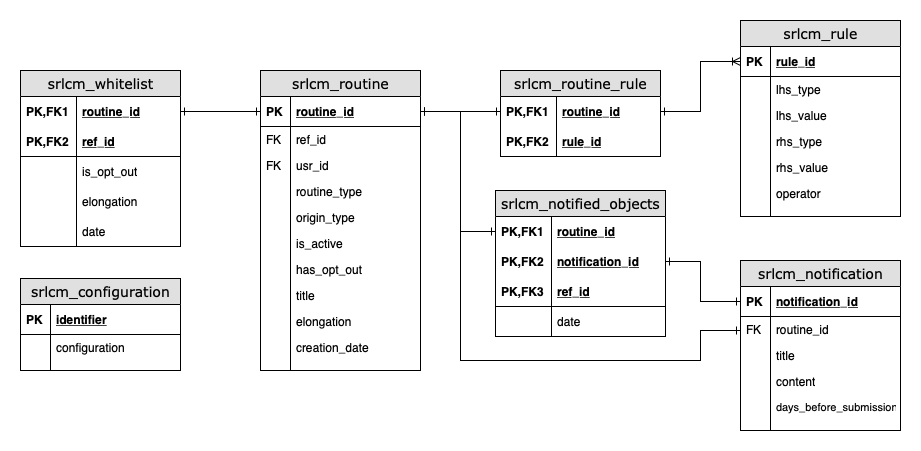
srsolutionsag/SrLifeCycleManager keeps this draw.io diagram as docs/ERD.drawio.png. Above is the earlier version. Source tidied: cells renumbered, new cells last; positions are measured from the earlier drawing's top-left corner, leaving out a move shared by most shapes.
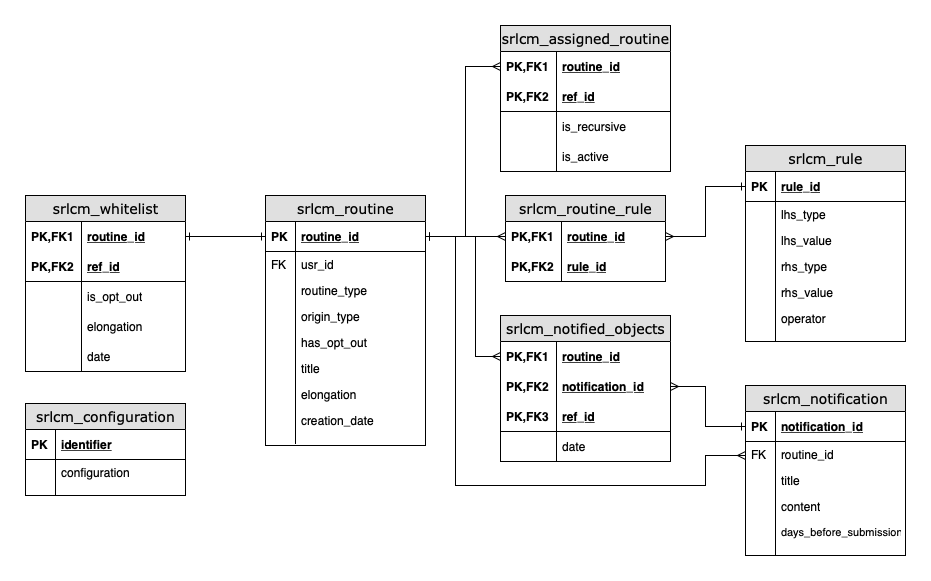
The same file after the commit.

The edit, as a diff of the source:
```diff
@@ -3,7 +3,7 @@
     <mxCell id="0" />
     <mxCell id="1" parent="0" />
     <mxCell id="2" value="srlcm_routine" style="swimlane;html=1;fontStyle=0;horizontal=1;startSize=26;fillColor=#e0e0e0;swimlaneFillColor=#ffffff;align=center;rounded=0;shadow=0;comic=0;labelBackgroundColor=none;strokeWidth=1;fontFamily=Verdana;fontSize=14;" parent="1" vertex="1">
-      <mxGeometry x="240" y="50" width="160" height="300" as="geometry" />
+      <mxGeometry x="240" y="50" width="160" height="250" as="geometry" />
     </mxCell>
     <mxCell id="3" value="routine_id" style="shape=partialRectangle;top=0;left=0;right=0;bottom=1;html=1;align=left;verticalAlign=middle;fillColor=none;spacingLeft=34;spacingRight=4;whiteSpace=wrap;overflow=hidden;points=[[0,0.5],[1,0.5]];portConstraint=eastwest;fontStyle=5;" parent="2" vertex="1">
       <mxGeometry y="26" width="160" height="30" as="geometry" />
@@ -11,62 +11,50 @@
     <mxCell id="4" value="&lt;b&gt;PK&lt;/b&gt;" style="shape=partialRectangle;top=0;left=0;bottom=0;html=1;fillColor=none;align=left;verticalAlign=middle;spacingLeft=4;spacingRight=4;whiteSpace=wrap;overflow=hidden;" parent="3" vertex="1">
       <mxGeometry width="30" height="30" as="geometry" />
     </mxCell>
-    <mxCell id="5" value="ref_id" style="shape=partialRectangle;top=0;left=0;right=0;bottom=0;html=1;align=left;verticalAlign=top;fillColor=none;spacingLeft=34;spacingRight=4;whiteSpace=wrap;overflow=hidden;" parent="2" vertex="1">
-      <mxGeometry y="56" width="160" height="26" as="geometry" />
-    </mxCell>
-    <mxCell id="6" value="FK" style="shape=partialRectangle;top=0;left=0;bottom=0;html=1;fillColor=none;align=left;verticalAlign=top;spacingLeft=4;spacingRight=4;whiteSpace=wrap;overflow=hidden;" parent="5" vertex="1">
-      <mxGeometry width="30" height="26" as="geometry" />
-    </mxCell>
     <mxCell id="7" value="usr_id" style="shape=partialRectangle;top=0;left=0;right=0;bottom=0;html=1;align=left;verticalAlign=top;fillColor=none;spacingLeft=34;spacingRight=4;whiteSpace=wrap;overflow=hidden;" parent="2" vertex="1">
-      <mxGeometry y="82" width="160" height="26" as="geometry" />
+      <mxGeometry y="56" width="160" height="26" as="geometry" />
     </mxCell>
     <mxCell id="8" value="FK" style="shape=partialRectangle;top=0;left=0;bottom=0;html=1;fillColor=none;align=left;verticalAlign=top;spacingLeft=4;spacingRight=4;whiteSpace=wrap;overflow=hidden;" parent="7" vertex="1">
       <mxGeometry width="30" height="26" as="geometry" />
     </mxCell>
     <mxCell id="9" value="routine_type" style="shape=partialRectangle;top=0;left=0;right=0;bottom=0;html=1;align=left;verticalAlign=top;fillColor=none;spacingLeft=34;spacingRight=4;whiteSpace=wrap;overflow=hidden;" parent="2" vertex="1">
-      <mxGeometry y="108" width="160" height="26" as="geometry" />
+      <mxGeometry y="82" width="160" height="26" as="geometry" />
     </mxCell>
     <mxCell id="10" style="shape=partialRectangle;top=0;left=0;bottom=0;html=1;fillColor=none;align=left;verticalAlign=top;spacingLeft=4;spacingRight=4;whiteSpace=wrap;overflow=hidden;" parent="9" vertex="1">
       <mxGeometry width="30" height="26" as="geometry" />
     </mxCell>
     <mxCell id="11" value="origin_type" style="shape=partialRectangle;top=0;left=0;right=0;bottom=0;html=1;align=left;verticalAlign=top;fillColor=none;spacingLeft=34;spacingRight=4;whiteSpace=wrap;overflow=hidden;" parent="2" vertex="1">
-      <mxGeometry y="134" width="160" height="26" as="geometry" />
+      <mxGeometry y="108" width="160" height="26" as="geometry" />
     </mxCell>
     <mxCell id="12" style="shape=partialRectangle;top=0;left=0;bottom=0;html=1;fillColor=none;align=left;verticalAlign=top;spacingLeft=4;spacingRight=4;whiteSpace=wrap;overflow=hidden;" parent="11" vertex="1">
       <mxGeometry width="30" height="26" as="geometry" />
     </mxCell>
-    <mxCell id="13" value="is_active" style="shape=partialRectangle;top=0;left=0;right=0;bottom=0;html=1;align=left;verticalAlign=top;fillColor=none;spacingLeft=34;spacingRight=4;whiteSpace=wrap;overflow=hidden;" parent="2" vertex="1">
-      <mxGeometry y="160" width="160" height="26" as="geometry" />
-    </mxCell>
-    <mxCell id="14" style="shape=partialRectangle;top=0;left=0;bottom=0;html=1;fillColor=none;align=left;verticalAlign=top;spacingLeft=4;spacingRight=4;whiteSpace=wrap;overflow=hidden;" parent="13" vertex="1">
-      <mxGeometry width="30" height="26" as="geometry" />
-    </mxCell>
     <mxCell id="15" value="has_opt_out" style="shape=partialRectangle;top=0;left=0;right=0;bottom=0;html=1;align=left;verticalAlign=top;fillColor=none;spacingLeft=34;spacingRight=4;whiteSpace=wrap;overflow=hidden;" parent="2" vertex="1">
-      <mxGeometry y="186" width="160" height="26" as="geometry" />
+      <mxGeometry y="134" width="160" height="26" as="geometry" />
     </mxCell>
     <mxCell id="16" style="shape=partialRectangle;top=0;left=0;bottom=0;html=1;fillColor=none;align=left;verticalAlign=top;spacingLeft=4;spacingRight=4;whiteSpace=wrap;overflow=hidden;" parent="15" vertex="1">
       <mxGeometry width="30" height="26" as="geometry" />
     </mxCell>
     <mxCell id="17" value="title" style="shape=partialRectangle;top=0;left=0;right=0;bottom=0;html=1;align=left;verticalAlign=top;fillColor=none;spacingLeft=34;spacingRight=4;whiteSpace=wrap;overflow=hidden;" parent="2" vertex="1">
-      <mxGeometry y="212" width="160" height="26" as="geometry" />
+      <mxGeometry y="160" width="160" height="26" as="geometry" />
     </mxCell>
     <mxCell id="18" style="shape=partialRectangle;top=0;left=0;bottom=0;html=1;fillColor=none;align=left;verticalAlign=top;spacingLeft=4;spacingRight=4;whiteSpace=wrap;overflow=hidden;" parent="17" vertex="1">
       <mxGeometry width="30" height="26" as="geometry" />
     </mxCell>
     <mxCell id="19" value="elongation" style="shape=partialRectangle;top=0;left=0;right=0;bottom=0;html=1;align=left;verticalAlign=top;fillColor=none;spacingLeft=34;spacingRight=4;whiteSpace=wrap;overflow=hidden;" parent="2" vertex="1">
-      <mxGeometry y="238" width="160" height="26" as="geometry" />
+      <mxGeometry y="186" width="160" height="26" as="geometry" />
     </mxCell>
     <mxCell id="20" style="shape=partialRectangle;top=0;left=0;bottom=0;html=1;fillColor=none;align=left;verticalAlign=top;spacingLeft=4;spacingRight=4;whiteSpace=wrap;overflow=hidden;" parent="19" vertex="1">
       <mxGeometry width="30" height="26" as="geometry" />
     </mxCell>
     <mxCell id="21" value="creation_date" style="shape=partialRectangle;top=0;left=0;right=0;bottom=0;html=1;align=left;verticalAlign=top;fillColor=none;spacingLeft=34;spacingRight=4;whiteSpace=wrap;overflow=hidden;" parent="2" vertex="1">
-      <mxGeometry y="264" width="160" height="26" as="geometry" />
+      <mxGeometry y="212" width="160" height="26" as="geometry" />
     </mxCell>
     <mxCell id="22" style="shape=partialRectangle;top=0;left=0;bottom=0;html=1;fillColor=none;align=left;verticalAlign=top;spacingLeft=4;spacingRight=4;whiteSpace=wrap;overflow=hidden;" parent="21" vertex="1">
       <mxGeometry width="30" height="26" as="geometry" />
     </mxCell>
     <mxCell id="23" style="shape=partialRectangle;top=0;left=0;right=0;bottom=0;html=1;align=left;verticalAlign=top;fillColor=none;spacingLeft=34;spacingRight=4;whiteSpace=wrap;overflow=hidden;" parent="2" vertex="1">
-      <mxGeometry y="290" width="160" height="10" as="geometry" />
+      <mxGeometry y="238" width="160" height="10" as="geometry" />
     </mxCell>
     <mxCell id="24" style="shape=partialRectangle;top=0;left=0;bottom=0;html=1;fillColor=none;align=left;verticalAlign=top;spacingLeft=4;spacingRight=4;whiteSpace=wrap;overflow=hidden;" parent="23" vertex="1">
       <mxGeometry width="30" height="10" as="geometry" />
@@ -131,10 +119,10 @@
     <mxCell id="44" value="PK,FK2" style="shape=partialRectangle;fontStyle=1;top=0;left=0;bottom=0;html=1;fillColor=none;align=left;verticalAlign=middle;spacingLeft=4;spacingRight=4;whiteSpace=wrap;overflow=hidden;" parent="43" vertex="1">
       <mxGeometry width="56" height="30" as="geometry" />
     </mxCell>
-    <mxCell id="45" style="edgeStyle=orthogonalEdgeStyle;rounded=0;jettySize=auto;html=1;exitX=1;exitY=0.5;exitDx=0;exitDy=0;entryX=0;entryY=0.5;entryDx=0;entryDy=0;startArrow=ERone;startFill=0;endArrow=ERone;endFill=0;" parent="1" edge="1" source="3" target="41">
+    <mxCell id="45" style="edgeStyle=orthogonalEdgeStyle;rounded=0;jettySize=auto;html=1;exitX=1;exitY=0.5;exitDx=0;exitDy=0;entryX=0;entryY=0.5;entryDx=0;entryDy=0;startArrow=ERone;startFill=0;endArrow=ERmany;endFill=0;" parent="1" edge="1" source="3" target="41">
       <mxGeometry relative="1" as="geometry" />
     </mxCell>
-    <mxCell id="46" style="edgeStyle=orthogonalEdgeStyle;rounded=0;jettySize=auto;html=1;exitX=1;exitY=0.5;exitDx=0;exitDy=0;entryX=0;entryY=0.5;entryDx=0;entryDy=0;startArrow=ERone;startFill=0;endArrow=ERoneToMany;endFill=0;" parent="1" edge="1" source="41" target="26">
+    <mxCell id="46" style="edgeStyle=orthogonalEdgeStyle;rounded=0;jettySize=auto;html=1;exitX=1;exitY=0.5;exitDx=0;exitDy=0;entryX=0;entryY=0.5;entryDx=0;entryDy=0;startArrow=ERmany;startFill=0;endArrow=ERone;endFill=0;" parent="1" edge="1" source="41" target="26">
       <mxGeometry relative="1" as="geometry" />
     </mxCell>
     <mxCell id="47" value="srlcm_notification" style="swimlane;html=1;fontStyle=0;horizontal=1;startSize=26;fillColor=#e0e0e0;swimlaneFillColor=#ffffff;align=center;rounded=0;shadow=0;comic=0;labelBackgroundColor=none;strokeWidth=1;fontFamily=Verdana;fontSize=14;swimlaneLine=1;" parent="1" vertex="1">
@@ -260,15 +248,15 @@
     <mxCell id="87" style="shape=partialRectangle;top=0;left=0;bottom=0;html=1;fillColor=none;align=left;verticalAlign=top;spacingLeft=4;spacingRight=4;whiteSpace=wrap;overflow=hidden;" parent="86" vertex="1">
       <mxGeometry width="30" height="10" as="geometry" />
     </mxCell>
-    <mxCell id="88" style="edgeStyle=orthogonalEdgeStyle;rounded=0;jettySize=auto;html=1;exitX=1;exitY=0.5;exitDx=0;exitDy=0;fontSize=11;startArrow=ERone;startFill=0;endArrow=ERone;endFill=0;" parent="1" edge="1" source="3" target="73">
+    <mxCell id="88" style="edgeStyle=orthogonalEdgeStyle;rounded=0;jettySize=auto;html=1;exitX=1;exitY=0.5;exitDx=0;exitDy=0;fontSize=11;startArrow=ERone;startFill=0;endArrow=ERmany;endFill=0;" parent="1" edge="1" source="3" target="73">
       <mxGeometry relative="1" as="geometry">
         <Array as="points">
-          <mxPoint x="440" y="91" />
-          <mxPoint x="440" y="211" />
+          <mxPoint x="450" y="91" />
+          <mxPoint x="450" y="211" />
         </Array>
       </mxGeometry>
     </mxCell>
-    <mxCell id="89" style="edgeStyle=orthogonalEdgeStyle;rounded=0;jettySize=auto;html=1;exitX=1;exitY=0.5;exitDx=0;exitDy=0;entryX=0;entryY=0.5;entryDx=0;entryDy=0;fontSize=11;startArrow=ERone;startFill=0;endArrow=ERone;endFill=0;" parent="1" edge="1" source="75" target="48">
+    <mxCell id="89" style="edgeStyle=orthogonalEdgeStyle;rounded=0;jettySize=auto;html=1;exitX=1;exitY=0.5;exitDx=0;exitDy=0;entryX=0;entryY=0.5;entryDx=0;entryDy=0;fontSize=11;startArrow=ERmany;startFill=0;endArrow=ERone;endFill=0;" parent="1" edge="1" source="75" target="48">
       <mxGeometry relative="1" as="geometry">
         <Array as="points">
           <mxPoint x="680" y="241" />
@@ -276,17 +264,52 @@
         </Array>
       </mxGeometry>
     </mxCell>
-    <mxCell id="90" style="edgeStyle=orthogonalEdgeStyle;rounded=0;orthogonalLoop=1;jettySize=auto;html=1;exitX=1;exitY=0.5;exitDx=0;exitDy=0;fontSize=11;startArrow=ERone;startFill=0;endArrow=ERone;endFill=0;entryX=0;entryY=0.5;entryDx=0;entryDy=0;" parent="1" edge="1">
+    <mxCell id="90" style="edgeStyle=orthogonalEdgeStyle;rounded=0;orthogonalLoop=1;jettySize=auto;html=1;exitX=1;exitY=0.5;exitDx=0;exitDy=0;fontSize=11;startArrow=ERone;startFill=0;endArrow=ERmany;endFill=0;entryX=0;entryY=0.5;entryDx=0;entryDy=0;" parent="1" edge="1">
       <mxGeometry relative="1" as="geometry">
         <mxPoint x="400" y="91" as="sourcePoint" />
         <mxPoint x="720" y="310" as="targetPoint" />
         <Array as="points">
-          <mxPoint x="440" y="91" />
-          <mxPoint x="440" y="340" />
+          <mxPoint x="430" y="91" />
+          <mxPoint x="430" y="340" />
           <mxPoint x="680" y="340" />
           <mxPoint x="680" y="310" />
         </Array>
       </mxGeometry>
     </mxCell>
+    <mxCell id="91" value="srlcm_assigned_routine" style="swimlane;html=1;fontStyle=0;horizontal=1;startSize=26;fillColor=#e0e0e0;swimlaneFillColor=#ffffff;align=center;rounded=0;shadow=0;comic=0;labelBackgroundColor=none;strokeWidth=1;fontFamily=Verdana;fontSize=14;" parent="1" vertex="1">
+      <mxGeometry x="475" y="-120" width="170" height="146" as="geometry" />
+    </mxCell>
+    <mxCell id="92" value="routine_id" style="shape=partialRectangle;top=0;left=0;right=0;bottom=0;html=1;align=left;verticalAlign=middle;fillColor=none;spacingLeft=60;spacingRight=4;whiteSpace=wrap;overflow=hidden;points=[[0,0.5],[1,0.5]];portConstraint=eastwest;fontStyle=5;" parent="91" vertex="1">
+      <mxGeometry y="26" width="170" height="30" as="geometry" />
+    </mxCell>
+    <mxCell id="93" value="PK,FK1" style="shape=partialRectangle;fontStyle=1;top=0;left=0;bottom=0;html=1;fillColor=none;align=left;verticalAlign=middle;spacingLeft=4;spacingRight=4;whiteSpace=wrap;overflow=hidden;" parent="92" vertex="1">
+      <mxGeometry width="56" height="30" as="geometry" />
+    </mxCell>
+    <mxCell id="5" value="ref_id" style="shape=partialRectangle;top=0;left=0;right=0;bottom=1;html=1;align=left;verticalAlign=middle;fillColor=none;spacingLeft=60;spacingRight=4;whiteSpace=wrap;overflow=hidden;fontStyle=5;" parent="91" vertex="1">
+      <mxGeometry y="56" width="170" height="30" as="geometry" />
+    </mxCell>
+    <mxCell id="94" value="PK,FK2" style="shape=partialRectangle;fontStyle=1;top=0;left=0;bottom=0;html=1;fillColor=none;align=left;verticalAlign=middle;spacingLeft=4;spacingRight=4;whiteSpace=wrap;overflow=hidden;" parent="5" vertex="1">
+      <mxGeometry width="56" height="30" as="geometry" />
+    </mxCell>
+    <mxCell id="95" value="is_recursive" style="shape=partialRectangle;top=0;left=0;right=0;bottom=1;html=1;align=left;verticalAlign=middle;fillColor=none;spacingLeft=60;spacingRight=4;whiteSpace=wrap;overflow=hidden;fontStyle=0;strokeColor=none;" parent="91" vertex="1">
+      <mxGeometry y="86" width="170" height="30" as="geometry" />
+    </mxCell>
+    <mxCell id="96" style="shape=partialRectangle;fontStyle=1;top=0;left=0;bottom=0;html=1;fillColor=none;align=left;verticalAlign=middle;spacingLeft=4;spacingRight=4;whiteSpace=wrap;overflow=hidden;" parent="95" vertex="1">
+      <mxGeometry width="56" height="30" as="geometry" />
+    </mxCell>
+    <mxCell id="13" value="is_active" style="shape=partialRectangle;top=0;left=0;right=0;bottom=1;html=1;align=left;verticalAlign=middle;fillColor=none;spacingLeft=60;spacingRight=4;whiteSpace=wrap;overflow=hidden;fontStyle=0;strokeColor=none;" parent="91" vertex="1">
+      <mxGeometry y="116" width="170" height="30" as="geometry" />
+    </mxCell>
+    <mxCell id="97" style="shape=partialRectangle;fontStyle=1;top=0;left=0;bottom=0;html=1;fillColor=none;align=left;verticalAlign=middle;spacingLeft=4;spacingRight=4;whiteSpace=wrap;overflow=hidden;" parent="13" vertex="1">
+      <mxGeometry width="56" height="30" as="geometry" />
+    </mxCell>
+    <mxCell id="98" style="edgeStyle=orthogonalEdgeStyle;rounded=0;jettySize=auto;html=1;endArrow=ERmany;endFill=0;entryX=0;entryY=0.5;entryDx=0;entryDy=0;" parent="1" edge="1" source="3" target="92">
+      <mxGeometry relative="1" as="geometry">
+        <Array as="points">
+          <mxPoint x="440" y="91" />
+          <mxPoint x="440" y="-79" />
+        </Array>
+      </mxGeometry>
+    </mxCell>
   </root>
 </mxGraphModel>
```
